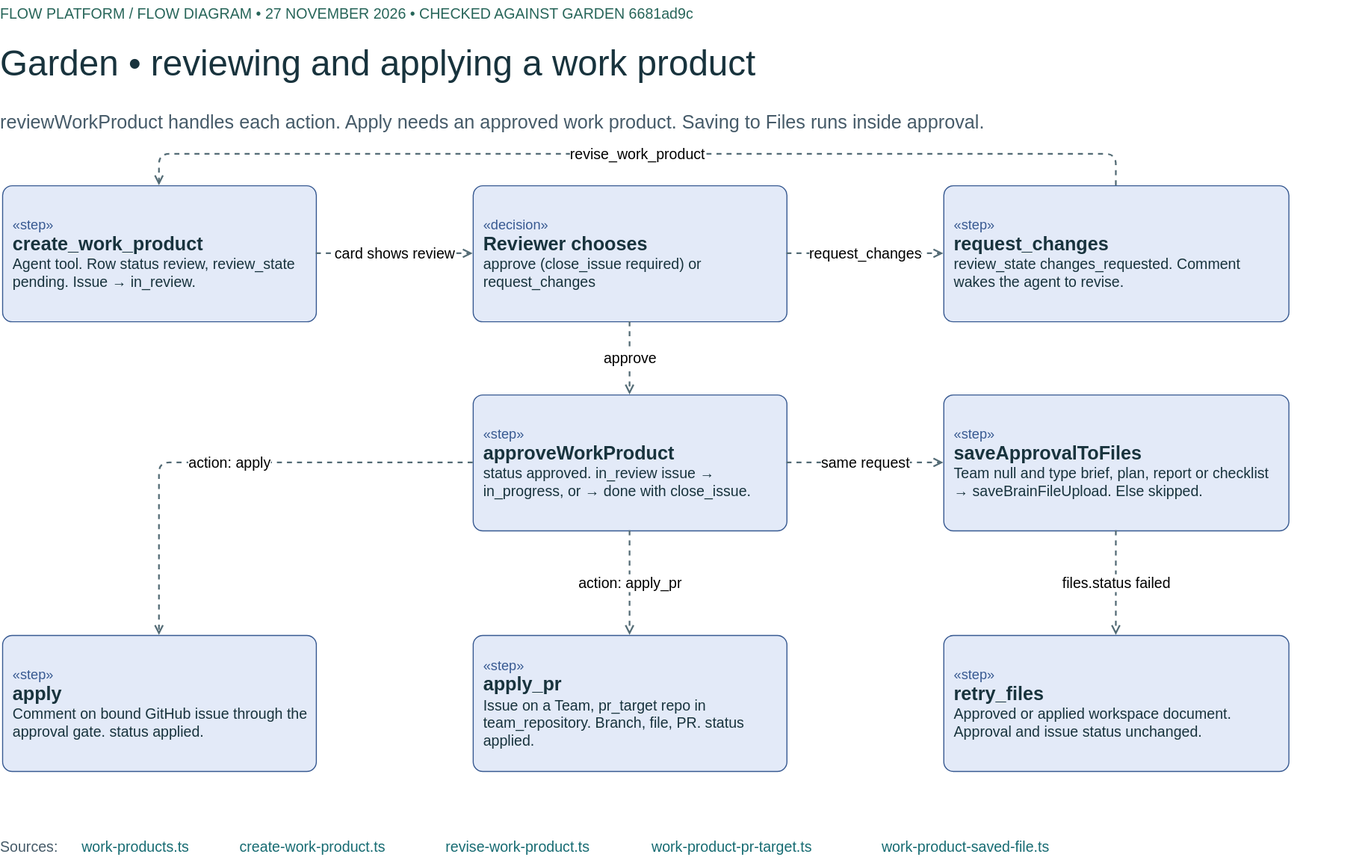
This is docs/diagrams/work-product-flow.drawio.svg from Flow-Research/garden, a draw.io export, as it was before one commit. Source tidied: cells renumbered, new cells last; positions are measured from the earlier drawing's top-left corner, leaving out a move shared by most shapes.
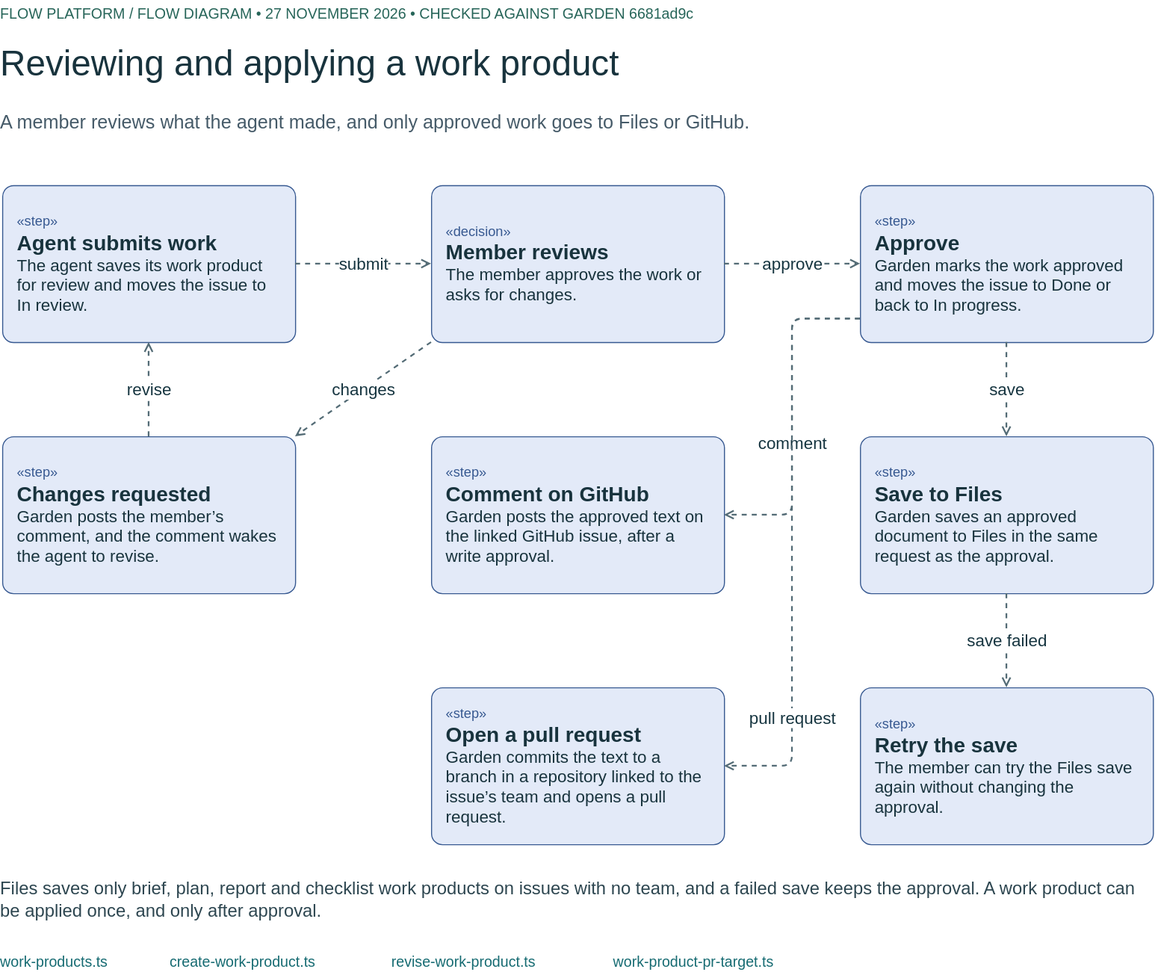
The same file after the commit.

What changed in the source:
```diff
@@ -3,88 +3,86 @@
     <mxCell id="0" />
     <mxCell id="1" parent="0" />
     <mxCell id="2" value="FLOW PLATFORM   /   FLOW DIAGRAM     •     27 NOVEMBER 2026     •     CHECKED AGAINST GARDEN 6681ad9c" style="text;html=1;whiteSpace=wrap;align=left;verticalAlign=middle;spacing=0;fontFamily=Helvetica;fontSize=14;fontColor=#276559;" parent="1" vertex="1">
-      <mxGeometry width="1300" height="25" as="geometry" />
+      <mxGeometry width="1100" height="25" as="geometry" />
     </mxCell>
-    <mxCell id="3" value="Garden • reviewing and applying a work product" style="text;html=1;whiteSpace=wrap;align=left;verticalAlign=middle;spacing=0;fontFamily=Helvetica;fontSize=34;fontColor=#18333D;" parent="1" vertex="1">
-      <mxGeometry y="34" width="1310" height="51" as="geometry" />
-    </mxCell>
-    <mxCell id="4" value="reviewWorkProduct handles each action. Apply needs an approved work product. Saving to Files runs inside approval." style="text;html=1;whiteSpace=wrap;align=left;verticalAlign=middle;spacing=0;fontFamily=Helvetica;fontSize=18;fontColor=#465B69;" parent="1" vertex="1">
-      <mxGeometry y="90" width="1300" height="53" as="geometry" />
-    </mxCell>
+    <mxCell id="27" value="Reviewing and applying a work product" style="text;html=1;whiteSpace=wrap;align=left;verticalAlign=middle;spacing=0;fontFamily=Helvetica;fontSize=34;fontColor=#18333D;" parent="1" vertex="1">
+      <mxGeometry y="34" width="1100" height="51" as="geometry" />
+    </mxCell>
+    <mxCell id="28" value="A member reviews what the agent made, and only approved work goes to Files or GitHub." style="text;html=1;whiteSpace=wrap;align=left;verticalAlign=middle;spacing=0;fontFamily=Helvetica;fontSize=18;fontColor=#465B69;" parent="1" vertex="1">
+      <mxGeometry y="90" width="1100" height="53" as="geometry" />
+    </mxCell>
-    <mxCell id="5" value="&lt;font color=&quot;#375991&quot; style=&quot;font-size:13px&quot;&gt;«step»&lt;/font&gt;&lt;br&gt;&lt;b style=&quot;font-size:18px&quot;&gt;create_work_product&lt;/b&gt;&lt;br&gt;&lt;span style=&quot;font-size:14px&quot;&gt;Agent tool. Row status review, review_state pending. Issue → in_review.&lt;/span&gt;" style="rounded=1;arcSize=7;html=1;whiteSpace=wrap;align=left;verticalAlign=middle;spacing=10;fillColor=#E3EAF8;strokeColor=#375991;fontFamily=Helvetica;fontColor=#18333D;" parent="1" vertex="1">
-      <mxGeometry x="2" y="177" width="300" height="130" as="geometry" />
+    <mxCell id="5" value="&lt;font color=&quot;#375991&quot; style=&quot;font-size:13px&quot;&gt;«step»&lt;/font&gt;&lt;br&gt;&lt;b style=&quot;font-size:20px&quot;&gt;Agent submits work&lt;/b&gt;&lt;br&gt;&lt;span style=&quot;font-size:16px&quot;&gt;The agent saves its work product for review and moves the issue to In review.&lt;/span&gt;" style="rounded=1;arcSize=7;html=1;whiteSpace=wrap;align=left;verticalAlign=middle;spacing=14;fillColor=#E3EAF8;strokeColor=#375991;fontFamily=Helvetica;fontColor=#18333D;" parent="1" vertex="1">
+      <mxGeometry x="2" y="177" width="280" height="150" as="geometry" />
     </mxCell>
-    <mxCell id="6" value="&lt;font color=&quot;#375991&quot; style=&quot;font-size:13px&quot;&gt;«decision»&lt;/font&gt;&lt;br&gt;&lt;b style=&quot;font-size:18px&quot;&gt;Reviewer chooses&lt;/b&gt;&lt;br&gt;&lt;span style=&quot;font-size:14px&quot;&gt;approve (close_issue required) or request_changes&lt;/span&gt;" style="rounded=1;arcSize=7;html=1;whiteSpace=wrap;align=left;verticalAlign=middle;spacing=10;fillColor=#E3EAF8;strokeColor=#375991;fontFamily=Helvetica;fontColor=#18333D;" parent="1" vertex="1">
-      <mxGeometry x="452" y="177" width="300" height="130" as="geometry" />
+    <mxCell id="6" value="&lt;font color=&quot;#375991&quot; style=&quot;font-size:13px&quot;&gt;«decision»&lt;/font&gt;&lt;br&gt;&lt;b style=&quot;font-size:20px&quot;&gt;Member reviews&lt;/b&gt;&lt;br&gt;&lt;span style=&quot;font-size:16px&quot;&gt;The member approves the work or asks for changes.&lt;/span&gt;" style="rounded=1;arcSize=7;html=1;whiteSpace=wrap;align=left;verticalAlign=middle;spacing=14;fillColor=#E3EAF8;strokeColor=#375991;fontFamily=Helvetica;fontColor=#18333D;" parent="1" vertex="1">
+      <mxGeometry x="412" y="177" width="280" height="150" as="geometry" />
     </mxCell>
-    <mxCell id="7" value="&lt;font color=&quot;#375991&quot; style=&quot;font-size:13px&quot;&gt;«step»&lt;/font&gt;&lt;br&gt;&lt;b style=&quot;font-size:18px&quot;&gt;request_changes&lt;/b&gt;&lt;br&gt;&lt;span style=&quot;font-size:14px&quot;&gt;review_state changes_requested. Comment wakes the agent to revise.&lt;/span&gt;" style="rounded=1;arcSize=7;html=1;whiteSpace=wrap;align=left;verticalAlign=middle;spacing=10;fillColor=#E3EAF8;strokeColor=#375991;fontFamily=Helvetica;fontColor=#18333D;" parent="1" vertex="1">
-      <mxGeometry x="902" y="177" width="330" height="130" as="geometry" />
+    <mxCell id="7" value="&lt;font color=&quot;#375991&quot; style=&quot;font-size:13px&quot;&gt;«step»&lt;/font&gt;&lt;br&gt;&lt;b style=&quot;font-size:20px&quot;&gt;Approve&lt;/b&gt;&lt;br&gt;&lt;span style=&quot;font-size:16px&quot;&gt;Garden marks the work approved and moves the issue to Done or back to In progress.&lt;/span&gt;" style="rounded=1;arcSize=7;html=1;whiteSpace=wrap;align=left;verticalAlign=middle;spacing=14;fillColor=#E3EAF8;strokeColor=#375991;fontFamily=Helvetica;fontColor=#18333D;" parent="1" vertex="1">
+      <mxGeometry x="822" y="177" width="280" height="150" as="geometry" />
     </mxCell>
-    <mxCell id="8" value="&lt;font color=&quot;#375991&quot; style=&quot;font-size:13px&quot;&gt;«step»&lt;/font&gt;&lt;br&gt;&lt;b style=&quot;font-size:18px&quot;&gt;approveWorkProduct&lt;/b&gt;&lt;br&gt;&lt;span style=&quot;font-size:14px&quot;&gt;status approved. in_review issue → in_progress, or → done with close_issue.&lt;/span&gt;" style="rounded=1;arcSize=7;html=1;whiteSpace=wrap;align=left;verticalAlign=middle;spacing=10;fillColor=#E3EAF8;strokeColor=#375991;fontFamily=Helvetica;fontColor=#18333D;" parent="1" vertex="1">
-      <mxGeometry x="452" y="377" width="300" height="130" as="geometry" />
+    <mxCell id="8" value="&lt;font color=&quot;#375991&quot; style=&quot;font-size:13px&quot;&gt;«step»&lt;/font&gt;&lt;br&gt;&lt;b style=&quot;font-size:20px&quot;&gt;Changes requested&lt;/b&gt;&lt;br&gt;&lt;span style=&quot;font-size:16px&quot;&gt;Garden posts the member’s comment, and the comment wakes the agent to revise.&lt;/span&gt;" style="rounded=1;arcSize=7;html=1;whiteSpace=wrap;align=left;verticalAlign=middle;spacing=14;fillColor=#E3EAF8;strokeColor=#375991;fontFamily=Helvetica;fontColor=#18333D;" parent="1" vertex="1">
+      <mxGeometry x="2" y="417" width="280" height="150" as="geometry" />
     </mxCell>
-    <mxCell id="9" value="&lt;font color=&quot;#375991&quot; style=&quot;font-size:13px&quot;&gt;«step»&lt;/font&gt;&lt;br&gt;&lt;b style=&quot;font-size:18px&quot;&gt;saveApprovalToFiles&lt;/b&gt;&lt;br&gt;&lt;span style=&quot;font-size:14px&quot;&gt;Team null and type brief, plan, report or checklist → saveBrainFileUpload. Else skipped.&lt;/span&gt;" style="rounded=1;arcSize=7;html=1;whiteSpace=wrap;align=left;verticalAlign=middle;spacing=10;fillColor=#E3EAF8;strokeColor=#375991;fontFamily=Helvetica;fontColor=#18333D;" parent="1" vertex="1">
-      <mxGeometry x="902" y="377" width="330" height="130" as="geometry" />
+    <mxCell id="9" value="&lt;font color=&quot;#375991&quot; style=&quot;font-size:13px&quot;&gt;«step»&lt;/font&gt;&lt;br&gt;&lt;b style=&quot;font-size:20px&quot;&gt;Comment on GitHub&lt;/b&gt;&lt;br&gt;&lt;span style=&quot;font-size:16px&quot;&gt;Garden posts the approved text on the linked GitHub issue, after a write approval.&lt;/span&gt;" style="rounded=1;arcSize=7;html=1;whiteSpace=wrap;align=left;verticalAlign=middle;spacing=14;fillColor=#E3EAF8;strokeColor=#375991;fontFamily=Helvetica;fontColor=#18333D;" parent="1" vertex="1">
+      <mxGeometry x="412" y="417" width="280" height="150" as="geometry" />
     </mxCell>
+    <mxCell id="29" value="&lt;font color=&quot;#375991&quot; style=&quot;font-size:13px&quot;&gt;«step»&lt;/font&gt;&lt;br&gt;&lt;b style=&quot;font-size:20px&quot;&gt;Save to Files&lt;/b&gt;&lt;br&gt;&lt;span style=&quot;font-size:16px&quot;&gt;Garden saves an approved document to Files in the same request as the approval.&lt;/span&gt;" style="rounded=1;arcSize=7;html=1;whiteSpace=wrap;align=left;verticalAlign=middle;spacing=14;fillColor=#E3EAF8;strokeColor=#375991;fontFamily=Helvetica;fontColor=#18333D;" parent="1" vertex="1">
+      <mxGeometry x="822" y="417" width="280" height="150" as="geometry" />
+    </mxCell>
-    <mxCell id="10" value="&lt;font color=&quot;#375991&quot; style=&quot;font-size:13px&quot;&gt;«step»&lt;/font&gt;&lt;br&gt;&lt;b style=&quot;font-size:18px&quot;&gt;apply&lt;/b&gt;&lt;br&gt;&lt;span style=&quot;font-size:14px&quot;&gt;Comment on bound GitHub issue through the approval gate. status applied.&lt;/span&gt;" style="rounded=1;arcSize=7;html=1;whiteSpace=wrap;align=left;verticalAlign=middle;spacing=10;fillColor=#E3EAF8;strokeColor=#375991;fontFamily=Helvetica;fontColor=#18333D;" parent="1" vertex="1">
-      <mxGeometry x="2" y="607" width="300" height="130" as="geometry" />
+    <mxCell id="10" value="&lt;font color=&quot;#375991&quot; style=&quot;font-size:13px&quot;&gt;«step»&lt;/font&gt;&lt;br&gt;&lt;b style=&quot;font-size:20px&quot;&gt;Open a pull request&lt;/b&gt;&lt;br&gt;&lt;span style=&quot;font-size:16px&quot;&gt;Garden commits the text to a branch in a repository linked to the issue’s team and opens a pull request.&lt;/span&gt;" style="rounded=1;arcSize=7;html=1;whiteSpace=wrap;align=left;verticalAlign=middle;spacing=14;fillColor=#E3EAF8;strokeColor=#375991;fontFamily=Helvetica;fontColor=#18333D;" parent="1" vertex="1">
+      <mxGeometry x="412" y="657" width="280" height="150" as="geometry" />
     </mxCell>
-    <mxCell id="11" value="&lt;font color=&quot;#375991&quot; style=&quot;font-size:13px&quot;&gt;«step»&lt;/font&gt;&lt;br&gt;&lt;b style=&quot;font-size:18px&quot;&gt;apply_pr&lt;/b&gt;&lt;br&gt;&lt;span style=&quot;font-size:14px&quot;&gt;Issue on a Team, pr_target repo in team_repository. Branch, file, PR. status applied.&lt;/span&gt;" style="rounded=1;arcSize=7;html=1;whiteSpace=wrap;align=left;verticalAlign=middle;spacing=10;fillColor=#E3EAF8;strokeColor=#375991;fontFamily=Helvetica;fontColor=#18333D;" parent="1" vertex="1">
-      <mxGeometry x="452" y="607" width="300" height="130" as="geometry" />
+    <mxCell id="11" value="&lt;font color=&quot;#375991&quot; style=&quot;font-size:13px&quot;&gt;«step»&lt;/font&gt;&lt;br&gt;&lt;b style=&quot;font-size:20px&quot;&gt;Retry the save&lt;/b&gt;&lt;br&gt;&lt;span style=&quot;font-size:16px&quot;&gt;The member can try the Files save again without changing the approval.&lt;/span&gt;" style="rounded=1;arcSize=7;html=1;whiteSpace=wrap;align=left;verticalAlign=middle;spacing=14;fillColor=#E3EAF8;strokeColor=#375991;fontFamily=Helvetica;fontColor=#18333D;" parent="1" vertex="1">
+      <mxGeometry x="822" y="657" width="280" height="150" as="geometry" />
     </mxCell>
-    <mxCell id="12" value="&lt;font color=&quot;#375991&quot; style=&quot;font-size:13px&quot;&gt;«step»&lt;/font&gt;&lt;br&gt;&lt;b style=&quot;font-size:18px&quot;&gt;retry_files&lt;/b&gt;&lt;br&gt;&lt;span style=&quot;font-size:14px&quot;&gt;Approved or applied workspace document. Approval and issue status unchanged.&lt;/span&gt;" style="rounded=1;arcSize=7;html=1;whiteSpace=wrap;align=left;verticalAlign=middle;spacing=10;fillColor=#E3EAF8;strokeColor=#375991;fontFamily=Helvetica;fontColor=#18333D;" parent="1" vertex="1">
-      <mxGeometry x="902" y="607" width="330" height="130" as="geometry" />
-    </mxCell>
-    <mxCell id="13" value="card shows review" style="html=1;endArrow=open;endFill=0;strokeWidth=1.6;strokeColor=#536B75;fontSize=14;fontFamily=Helvetica;labelBackgroundColor=#FFFFFF;dashed=1;" parent="1" edge="1" source="5" target="6">
+    <mxCell id="13" value="submit" style="html=1;endArrow=open;endFill=0;strokeWidth=1.6;strokeColor=#536B75;fontSize=16;fontFamily=Helvetica;fontColor=#163540;labelBackgroundColor=#FFFFFF;dashed=1;edgeStyle=none;" parent="1" edge="1" source="5" target="6">
       <mxGeometry relative="1" as="geometry" />
     </mxCell>
-    <mxCell id="14" value="request_changes" style="html=1;endArrow=open;endFill=0;strokeWidth=1.6;strokeColor=#536B75;fontSize=14;fontFamily=Helvetica;labelBackgroundColor=#FFFFFF;dashed=1;" parent="1" edge="1" source="6" target="7">
-      <mxGeometry relative="1" as="geometry" />
-    </mxCell>
-    <mxCell id="15" value="revise_work_product" style="html=1;endArrow=open;endFill=0;strokeWidth=1.6;strokeColor=#536B75;fontSize=14;fontFamily=Helvetica;labelBackgroundColor=#FFFFFF;dashed=1;exitX=0.5;exitY=0;entryX=0.5;entryY=0;" parent="1" edge="1" source="7" target="5">
-      <mxGeometry relative="1" as="geometry">
-        <Array as="points">
-          <mxPoint x="1067" y="147" />
-          <mxPoint x="152" y="147" />
-        </Array>
-      </mxGeometry>
-    </mxCell>
-    <mxCell id="16" value="approve" style="html=1;endArrow=open;endFill=0;strokeWidth=1.6;strokeColor=#536B75;fontSize=14;fontFamily=Helvetica;labelBackgroundColor=#FFFFFF;dashed=1;" parent="1" edge="1" source="6" target="8">
+    <mxCell id="16" value="approve" style="html=1;endArrow=open;endFill=0;strokeWidth=1.6;strokeColor=#536B75;fontSize=16;fontFamily=Helvetica;fontColor=#163540;labelBackgroundColor=#FFFFFF;dashed=1;edgeStyle=none;" parent="1" edge="1" source="6" target="7">
       <mxGeometry relative="1" as="geometry" />
     </mxCell>
-    <mxCell id="17" value="same request" style="html=1;endArrow=open;endFill=0;strokeWidth=1.6;strokeColor=#536B75;fontSize=14;fontFamily=Helvetica;labelBackgroundColor=#FFFFFF;dashed=1;" parent="1" edge="1" source="8" target="9">
-      <mxGeometry relative="1" as="geometry" />
-    </mxCell>
-    <mxCell id="18" value="action: apply" style="html=1;endArrow=open;endFill=0;strokeWidth=1.6;strokeColor=#536B75;fontSize=14;fontFamily=Helvetica;labelBackgroundColor=#FFFFFF;dashed=1;exitX=0;exitY=0.5;entryX=0.5;entryY=0;edgeStyle=orthogonalEdgeStyle;" parent="1" edge="1" source="8" target="10">
-      <mxGeometry relative="1" as="geometry">
-        <Array as="points">
-          <mxPoint x="152" y="442" />
-        </Array>
-      </mxGeometry>
-    </mxCell>
-    <mxCell id="19" value="action: apply_pr" style="html=1;endArrow=open;endFill=0;strokeWidth=1.6;strokeColor=#536B75;fontSize=14;fontFamily=Helvetica;labelBackgroundColor=#FFFFFF;dashed=1;" parent="1" edge="1" source="8" target="11">
-      <mxGeometry relative="1" as="geometry" />
-    </mxCell>
-    <mxCell id="20" value="files.status failed" style="html=1;endArrow=open;endFill=0;strokeWidth=1.6;strokeColor=#536B75;fontSize=14;fontFamily=Helvetica;labelBackgroundColor=#FFFFFF;dashed=1;" parent="1" edge="1" source="9" target="12">
-      <mxGeometry relative="1" as="geometry" />
-    </mxCell>
-    <mxCell id="21" value="Sources:" style="text;html=1;whiteSpace=wrap;align=left;verticalAlign=middle;spacing=0;fontFamily=Helvetica;fontSize=14;fontColor=#465B69;" parent="1" vertex="1">
-      <mxGeometry y="797" width="70" height="24" as="geometry" />
-    </mxCell>
+    <mxCell id="30" value="changes" style="html=1;endArrow=open;endFill=0;strokeWidth=1.6;strokeColor=#536B75;fontSize=16;fontFamily=Helvetica;fontColor=#163540;labelBackgroundColor=#FFFFFF;dashed=1;edgeStyle=none;exitX=0;exitY=1;entryX=1;entryY=0;" parent="1" edge="1" source="6" target="8">
+      <mxGeometry relative="1" as="geometry" />
+    </mxCell>
+    <mxCell id="31" value="revise" style="html=1;endArrow=open;endFill=0;strokeWidth=1.6;strokeColor=#536B75;fontSize=16;fontFamily=Helvetica;fontColor=#163540;labelBackgroundColor=#FFFFFF;dashed=1;edgeStyle=none;exitX=0.5;exitY=0;entryX=0.5;entryY=1;" parent="1" edge="1" source="8" target="5">
+      <mxGeometry relative="1" as="geometry" />
+    </mxCell>
+    <mxCell id="32" value="save" style="html=1;endArrow=open;endFill=0;strokeWidth=1.6;strokeColor=#536B75;fontSize=16;fontFamily=Helvetica;fontColor=#163540;labelBackgroundColor=#FFFFFF;dashed=1;edgeStyle=none;exitX=0.5;exitY=1;entryX=0.5;entryY=0;" parent="1" edge="1" source="7" target="29">
+      <mxGeometry relative="1" as="geometry" />
+    </mxCell>
+    <mxCell id="33" value="comment" style="html=1;endArrow=open;endFill=0;strokeWidth=1.6;strokeColor=#536B75;fontSize=16;fontFamily=Helvetica;fontColor=#163540;labelBackgroundColor=#FFFFFF;dashed=1;edgeStyle=orthogonalEdgeStyle;exitX=0;exitY=0.85;entryX=1;entryY=0.5;" parent="1" edge="1" source="7" target="9">
+      <mxGeometry x="0.15" relative="1" as="geometry">
+        <Array as="points">
+          <mxPoint x="757" y="304" />
+          <mxPoint x="757" y="492" />
+        </Array>
+      </mxGeometry>
+    </mxCell>
+    <mxCell id="34" value="pull request" style="html=1;endArrow=open;endFill=0;strokeWidth=1.6;strokeColor=#536B75;fontSize=16;fontFamily=Helvetica;fontColor=#163540;labelBackgroundColor=#FFFFFF;dashed=1;edgeStyle=orthogonalEdgeStyle;exitX=0;exitY=0.85;entryX=1;entryY=0.5;" parent="1" edge="1" source="7" target="10">
+      <mxGeometry x="0.6" relative="1" as="geometry">
+        <Array as="points">
+          <mxPoint x="757" y="304" />
+          <mxPoint x="757" y="732" />
+        </Array>
+      </mxGeometry>
+    </mxCell>
+    <mxCell id="35" value="save failed" style="html=1;endArrow=open;endFill=0;strokeWidth=1.6;strokeColor=#536B75;fontSize=16;fontFamily=Helvetica;fontColor=#163540;labelBackgroundColor=#FFFFFF;dashed=1;edgeStyle=none;exitX=0.5;exitY=1;entryX=0.5;entryY=0;" parent="1" edge="1" source="29" target="11">
+      <mxGeometry relative="1" as="geometry" />
+    </mxCell>
+    <mxCell id="36" value="Files saves only brief, plan, report and checklist work products on issues with no team, and a failed save keeps the approval. A work product can be applied once, and only after approval." style="text;html=1;whiteSpace=wrap;align=left;verticalAlign=middle;spacing=0;fontFamily=Helvetica;fontSize=17;fontColor=#2D4650;" parent="1" vertex="1">
+      <mxGeometry y="837" width="1100" height="46" as="geometry" />
+    </mxCell>
     <mxCell id="22" value="work-products.ts" style="text;html=1;whiteSpace=wrap;align=left;verticalAlign=middle;spacing=0;fontFamily=Helvetica;fontSize=14;fontColor=#166B72;" parent="1" vertex="1">
-      <mxGeometry x="78" y="797" width="133" height="24" as="geometry" />
+      <mxGeometry y="907" width="140" height="24" as="geometry" />
     </mxCell>
     <mxCell id="23" value="create-work-product.ts" style="text;html=1;whiteSpace=wrap;align=left;verticalAlign=middle;spacing=0;fontFamily=Helvetica;fontSize=14;fontColor=#166B72;" parent="1" vertex="1">
-      <mxGeometry x="229" y="797" width="179" height="24" as="geometry" />
+      <mxGeometry x="162" y="907" width="190" height="24" as="geometry" />
     </mxCell>
     <mxCell id="24" value="revise-work-product.ts" style="text;html=1;whiteSpace=wrap;align=left;verticalAlign=middle;spacing=0;fontFamily=Helvetica;fontSize=14;fontColor=#166B72;" parent="1" vertex="1">
-      <mxGeometry x="426" y="797" width="179" height="24" as="geometry" />
+      <mxGeometry x="374" y="907" width="190" height="24" as="geometry" />
     </mxCell>
     <mxCell id="25" value="work-product-pr-target.ts" style="text;html=1;whiteSpace=wrap;align=left;verticalAlign=middle;spacing=0;fontFamily=Helvetica;fontSize=14;fontColor=#166B72;" parent="1" vertex="1">
-      <mxGeometry x="623" y="797" width="202" height="24" as="geometry" />
+      <mxGeometry x="586" y="907" width="210" height="24" as="geometry" />
     </mxCell>
-    <mxCell id="26" value="work-product-saved-file.ts" style="text;html=1;whiteSpace=wrap;align=left;verticalAlign=middle;spacing=0;fontFamily=Helvetica;fontSize=14;fontColor=#166B72;" parent="1" vertex="1">
-      <mxGeometry x="843" y="797" width="209" height="24" as="geometry" />
-    </mxCell>
   </root>
 </mxGraphModel>
```
